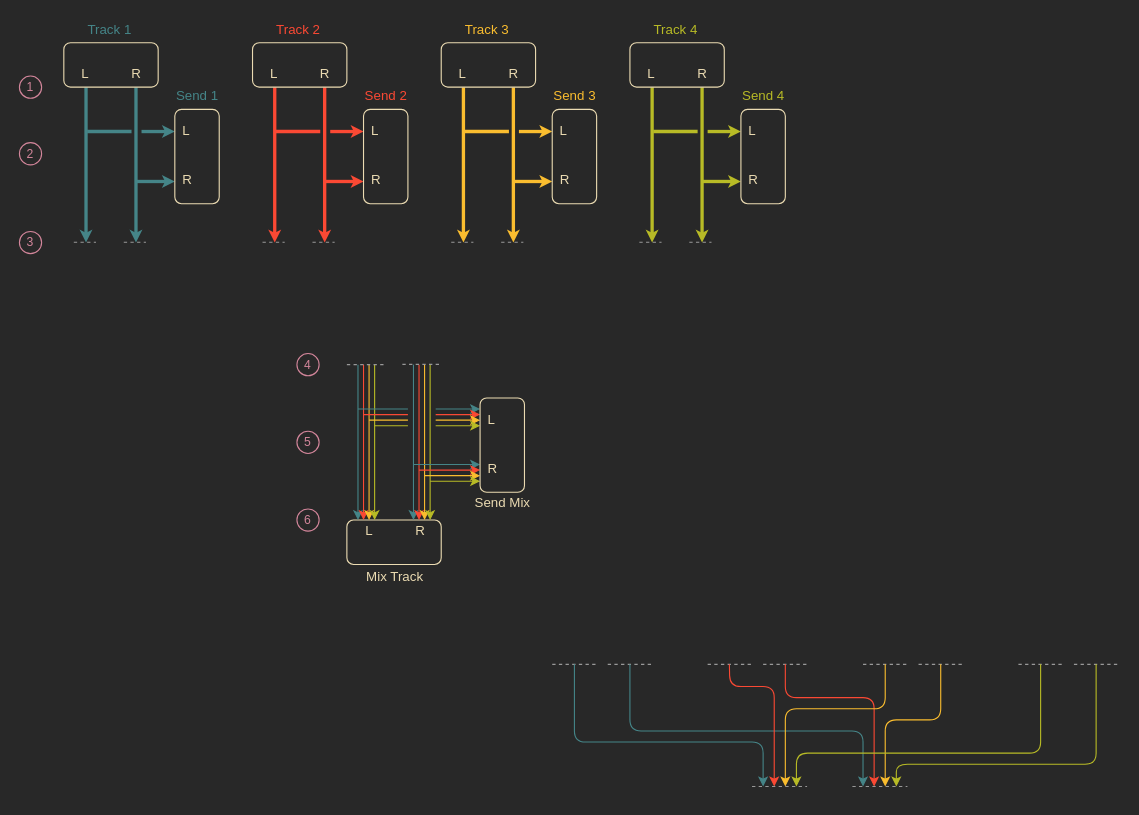
This is docs/track copy.drawio from SteveRussell33/Autonomous-Robot-Collective, a draw.io file, before an edit. Source tidied: cells renumbered, new cells numbered last; positions are measured from the earlier drawing's top-left corner, leaving out a move shared by most shapes. Both pictures are drawn from the tidied source at 111%, with x=0, y=0 at pixel (19, 19).
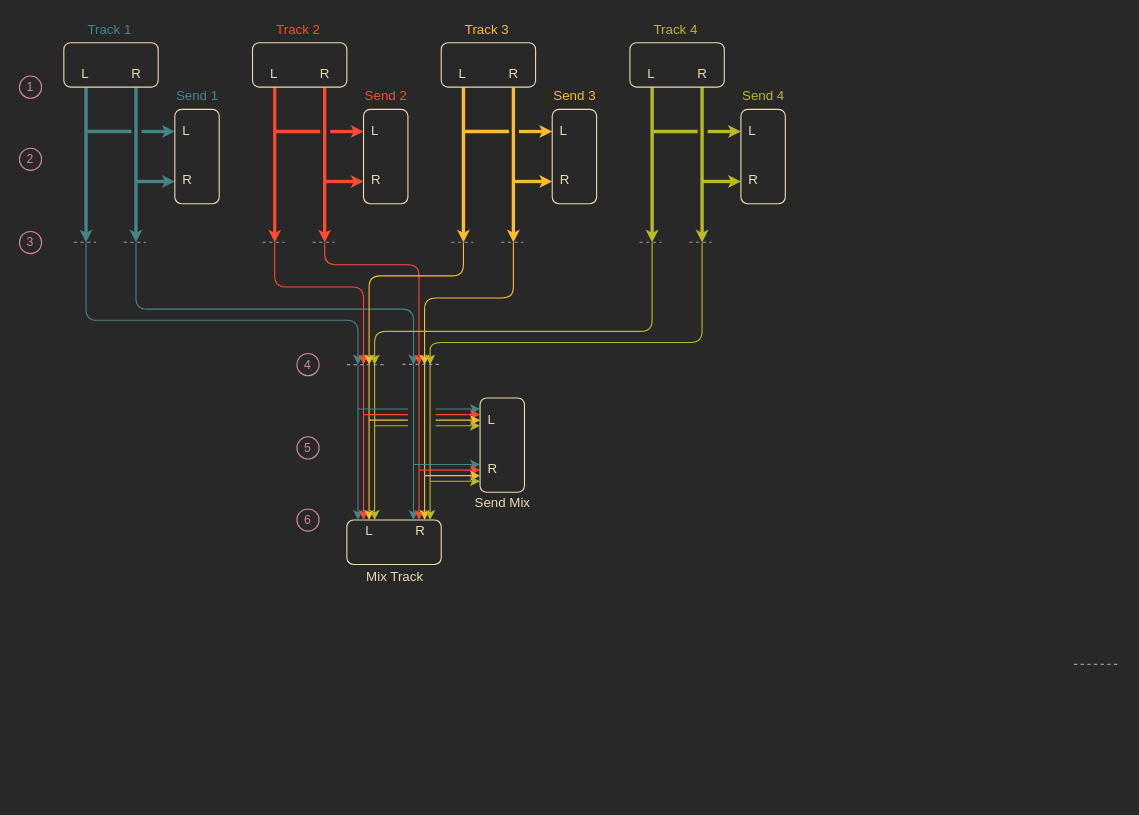
The same diagram, later.

Commit message:
work on new track drawing

What changed in the source:
```diff
@@
     <mxCell id="80" value="&lt;font&gt;2&lt;/font&gt;" style="ellipse;whiteSpace=wrap;html=1;rounded=1;fontSize=11;fillColor=#282828;fontColor=#d3869b;strokeColor=#d3869b;" parent="1" vertex="1">
-      <mxGeometry y="111" width="20" height="20" as="geometry" />
+      <mxGeometry y="116" width="20" height="20" as="geometry" />
     </mxCell>
@@
-    <mxCell id="82" style="endArrow=none;html=1;fontSize=8;fillColor=#e1d5e7;dashed=1;strokeColor=#999999;" parent="1" edge="1">
-      <mxGeometry relative="1" as="geometry">
-        <mxPoint x="480" y="581" as="sourcePoint" />
-        <mxPoint x="520" y="581" as="targetPoint" />
-      </mxGeometry>
-    </mxCell>
-    <mxCell id="83" style="endArrow=none;html=1;fontSize=8;fillColor=#e1d5e7;dashed=1;strokeColor=#999999;" parent="1" edge="1">
-      <mxGeometry relative="1" as="geometry">
-        <mxPoint x="530" y="581" as="sourcePoint" />
-        <mxPoint x="570" y="581" as="targetPoint" />
-      </mxGeometry>
-    </mxCell>
-    <mxCell id="84" style="endArrow=none;html=1;fontSize=8;fillColor=#f0a30a;dashed=1;strokeColor=#999999;" parent="1" edge="1">
-      <mxGeometry relative="1" as="geometry">
-        <mxPoint x="620" y="581" as="sourcePoint" />
-        <mxPoint x="660" y="581" as="targetPoint" />
-      </mxGeometry>
-    </mxCell>
-    <mxCell id="85" style="endArrow=none;html=1;fontSize=8;fillColor=#f0a30a;dashed=1;strokeColor=#999999;" parent="1" edge="1">
-      <mxGeometry relative="1" as="geometry">
-        <mxPoint x="670" y="581" as="sourcePoint" />
-        <mxPoint x="710" y="581" as="targetPoint" />
-      </mxGeometry>
-    </mxCell>
-    <mxCell id="86" style="endArrow=none;html=1;fontSize=8;fillColor=#e1d5e7;dashed=1;strokeColor=#999999;" parent="1" edge="1">
-      <mxGeometry relative="1" as="geometry">
-        <mxPoint x="760" y="581" as="sourcePoint" />
-        <mxPoint x="800" y="581" as="targetPoint" />
-      </mxGeometry>
-    </mxCell>
-    <mxCell id="87" style="endArrow=none;html=1;fontSize=8;fillColor=#e1d5e7;dashed=1;strokeColor=#999999;" parent="1" edge="1">
-      <mxGeometry relative="1" as="geometry">
-        <mxPoint x="810" y="581" as="sourcePoint" />
-        <mxPoint x="850" y="581" as="targetPoint" />
-      </mxGeometry>
-    </mxCell>
-    <mxCell id="88" style="endArrow=none;html=1;fontSize=8;fillColor=#f0a30a;dashed=1;strokeColor=#999999;" parent="1" edge="1">
-      <mxGeometry relative="1" as="geometry">
-        <mxPoint x="900" y="581" as="sourcePoint" />
-        <mxPoint x="940" y="581" as="targetPoint" />
-      </mxGeometry>
-    </mxCell>
@@
-    <mxCell id="90" style="endArrow=classic;html=1;fillColor=#e1d5e7;strokeColor=#458588;" parent="1" edge="1">
-      <mxGeometry relative="1" as="geometry">
-        <mxPoint x="500" y="581" as="sourcePoint" />
-        <mxPoint x="670" y="691" as="targetPoint" />
-        <Array as="points">
-          <mxPoint x="500" y="651" />
-          <mxPoint x="670" y="651" />
-        </Array>
-      </mxGeometry>
-    </mxCell>
-    <mxCell id="91" style="endArrow=classic;html=1;fillColor=#e1d5e7;strokeColor=#458588;" parent="1" edge="1">
-      <mxGeometry relative="1" as="geometry">
-        <mxPoint x="550" y="581" as="sourcePoint" />
-        <mxPoint x="760" y="691" as="targetPoint" />
-        <Array as="points">
-          <mxPoint x="550" y="641" />
-          <mxPoint x="760" y="641" />
-        </Array>
-      </mxGeometry>
-    </mxCell>
-    <mxCell id="92" style="endArrow=classic;html=1;fillColor=#f0a30a;strokeColor=#fb4934;" parent="1" edge="1">
-      <mxGeometry relative="1" as="geometry">
-        <mxPoint x="639.6" y="581" as="sourcePoint" />
-        <mxPoint x="680" y="691" as="targetPoint" />
-        <Array as="points">
-          <mxPoint x="640" y="601" />
-          <mxPoint x="680" y="601" />
-        </Array>
-      </mxGeometry>
-    </mxCell>
-    <mxCell id="93" style="endArrow=classic;html=1;fillColor=#f0a30a;strokeColor=#fb4934;" parent="1" edge="1">
-      <mxGeometry relative="1" as="geometry">
-        <mxPoint x="690" y="581" as="sourcePoint" />
-        <mxPoint x="770" y="691" as="targetPoint" />
-        <Array as="points">
-          <mxPoint x="690" y="611" />
-          <mxPoint x="770" y="611" />
-        </Array>
-      </mxGeometry>
-    </mxCell>
-    <mxCell id="94" style="endArrow=classic;html=1;fillColor=#e1d5e7;strokeColor=#fabd2f;" parent="1" edge="1">
-      <mxGeometry relative="1" as="geometry">
-        <mxPoint x="780" y="581" as="sourcePoint" />
-        <mxPoint x="690" y="691" as="targetPoint" />
-        <Array as="points">
-          <mxPoint x="780" y="621" />
-          <mxPoint x="690" y="621" />
-        </Array>
-      </mxGeometry>
-    </mxCell>
-    <mxCell id="95" style="endArrow=classic;html=1;fillColor=#e1d5e7;strokeColor=#fabd2f;" parent="1" edge="1">
-      <mxGeometry relative="1" as="geometry">
-        <mxPoint x="830" y="581" as="sourcePoint" />
-        <mxPoint x="780" y="691" as="targetPoint" />
-        <Array as="points">
-          <mxPoint x="830" y="631" />
-          <mxPoint x="780" y="631" />
-        </Array>
-      </mxGeometry>
-    </mxCell>
-    <mxCell id="96" style="endArrow=classic;html=1;fillColor=#f0a30a;strokeColor=#b8bb26;" parent="1" edge="1">
-      <mxGeometry relative="1" as="geometry">
-        <mxPoint x="920" y="581" as="sourcePoint" />
-        <mxPoint x="700" y="691" as="targetPoint" />
-        <Array as="points">
-          <mxPoint x="920" y="661" />
-          <mxPoint x="700" y="661" />
-        </Array>
-      </mxGeometry>
-    </mxCell>
-    <mxCell id="97" style="endArrow=classic;html=1;fillColor=#f0a30a;strokeColor=#b8bb26;" parent="1" edge="1">
-      <mxGeometry relative="1" as="geometry">
-        <mxPoint x="970" y="581" as="sourcePoint" />
-        <mxPoint x="790" y="691" as="targetPoint" />
-        <Array as="points">
-          <mxPoint x="970" y="671" />
-          <mxPoint x="790" y="671" />
-        </Array>
-      </mxGeometry>
-    </mxCell>
-    <mxCell id="98" style="endArrow=none;html=1;fontSize=8;fillColor=#f0a30a;dashed=1;strokeColor=#999999;" parent="1" edge="1">
-      <mxGeometry relative="1" as="geometry">
-        <mxPoint x="660" y="691" as="sourcePoint" />
-        <mxPoint x="709.6" y="691" as="targetPoint" />
-      </mxGeometry>
-    </mxCell>
-    <mxCell id="99" style="endArrow=none;html=1;fontSize=8;fillColor=#f0a30a;dashed=1;strokeColor=#999999;" parent="1" edge="1">
-      <mxGeometry relative="1" as="geometry">
-        <mxPoint x="750.4" y="691" as="sourcePoint" />
-        <mxPoint x="800" y="691" as="targetPoint" />
-      </mxGeometry>
-    </mxCell>
@@
     <mxCell id="109" value="&lt;font&gt;5&lt;/font&gt;" style="ellipse;whiteSpace=wrap;html=1;rounded=1;fontSize=11;fillColor=#282828;fontColor=#d3869b;strokeColor=#d3869b;" parent="1" vertex="1">
-      <mxGeometry x="250" y="371" width="20" height="20" as="geometry" />
+      <mxGeometry x="250" y="376" width="20" height="20" as="geometry" />
     </mxCell>
@@
+    <mxCell id="116" style="endArrow=classic;html=1;fillColor=#e1d5e7;strokeColor=#458588;" parent="1" edge="1">
+      <mxGeometry relative="1" as="geometry">
+        <mxPoint x="60" y="201" as="sourcePoint" />
+        <mxPoint x="305" y="311" as="targetPoint" />
+        <Array as="points">
+          <mxPoint x="60" y="271" />
+          <mxPoint x="305" y="271" />
+        </Array>
+      </mxGeometry>
+    </mxCell>
+    <mxCell id="117" style="endArrow=classic;html=1;fillColor=#e1d5e7;strokeColor=#458588;" parent="1" edge="1">
+      <mxGeometry relative="1" as="geometry">
+        <mxPoint x="105" y="201" as="sourcePoint" />
+        <mxPoint x="355" y="311" as="targetPoint" />
+        <Array as="points">
+          <mxPoint x="105" y="261" />
+          <mxPoint x="355" y="261" />
+        </Array>
+      </mxGeometry>
+    </mxCell>
+    <mxCell id="118" style="endArrow=classic;html=1;fillColor=#f0a30a;strokeColor=#fb4934;" parent="1" edge="1">
+      <mxGeometry relative="1" as="geometry">
+        <mxPoint x="230" y="201" as="sourcePoint" />
+        <mxPoint x="310" y="311" as="targetPoint" />
+        <Array as="points">
+          <mxPoint x="230" y="241" />
+          <mxPoint x="310" y="241" />
+        </Array>
+      </mxGeometry>
+    </mxCell>
+    <mxCell id="119" style="endArrow=classic;html=1;fillColor=#f0a30a;strokeColor=#fb4934;" parent="1" edge="1">
+      <mxGeometry relative="1" as="geometry">
+        <mxPoint x="275" y="201" as="sourcePoint" />
+        <mxPoint x="360" y="311" as="targetPoint" />
+        <Array as="points">
+          <mxPoint x="275" y="221" />
+          <mxPoint x="360" y="221" />
+        </Array>
+      </mxGeometry>
+    </mxCell>
+    <mxCell id="120" style="endArrow=classic;html=1;fillColor=#e1d5e7;strokeColor=#fabd2f;" parent="1" edge="1">
+      <mxGeometry relative="1" as="geometry">
+        <mxPoint x="400" y="201" as="sourcePoint" />
+        <mxPoint x="315" y="311" as="targetPoint" />
+        <Array as="points">
+          <mxPoint x="400" y="231" />
+          <mxPoint x="315" y="231" />
+        </Array>
+      </mxGeometry>
+    </mxCell>
+    <mxCell id="121" style="endArrow=classic;html=1;fillColor=#e1d5e7;strokeColor=#fabd2f;" parent="1" edge="1">
+      <mxGeometry relative="1" as="geometry">
+        <mxPoint x="445" y="201" as="sourcePoint" />
+        <mxPoint x="365" y="311" as="targetPoint" />
+        <Array as="points">
+          <mxPoint x="445" y="251" />
+          <mxPoint x="365" y="251" />
+        </Array>
+      </mxGeometry>
+    </mxCell>
+    <mxCell id="122" style="endArrow=classic;html=1;fillColor=#f0a30a;strokeColor=#b8bb26;" parent="1" edge="1">
+      <mxGeometry relative="1" as="geometry">
+        <mxPoint x="570" y="201" as="sourcePoint" />
+        <mxPoint x="320" y="311" as="targetPoint" />
+        <Array as="points">
+          <mxPoint x="570" y="281" />
+          <mxPoint x="320" y="281" />
+        </Array>
+      </mxGeometry>
+    </mxCell>
+    <mxCell id="123" style="endArrow=classic;html=1;fillColor=#f0a30a;strokeColor=#b8bb26;" parent="1" edge="1">
+      <mxGeometry relative="1" as="geometry">
+        <mxPoint x="615" y="201" as="sourcePoint" />
+        <mxPoint x="370" y="311" as="targetPoint" />
+        <Array as="points">
+          <mxPoint x="615" y="291" />
+          <mxPoint x="370" y="291" />
+        </Array>
+      </mxGeometry>
+    </mxCell>
```
